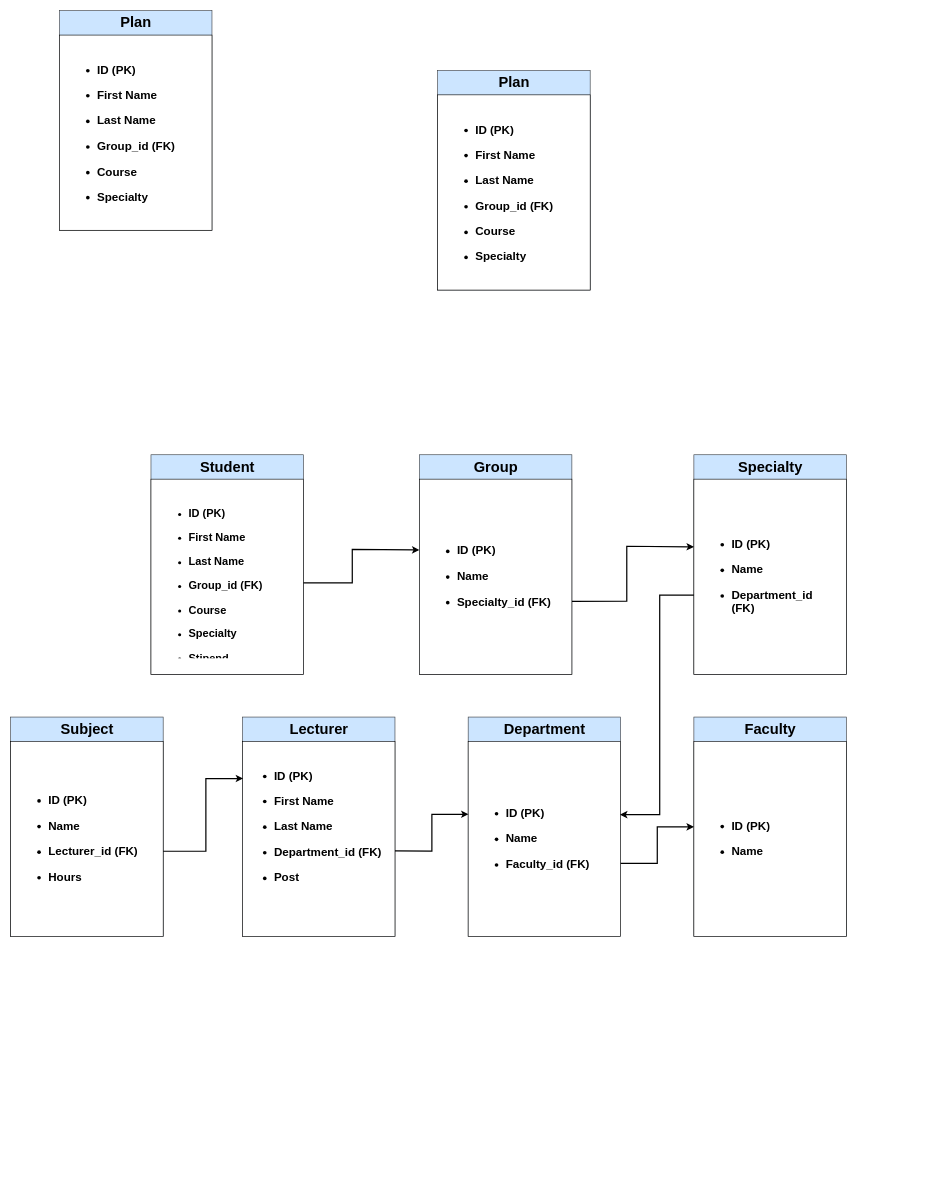
This is BD for my project.drawio from Ind1gozzz/yii2-php, a draw.io file, before an edit. Source tidied: cells renumbered, new cells numbered last; positions are measured from the earlier drawing's top-left corner, leaving out a move shared by most shapes. Both pictures are drawn from the tidied source at 61%, with x=0, y=0 at pixel (10, 10).
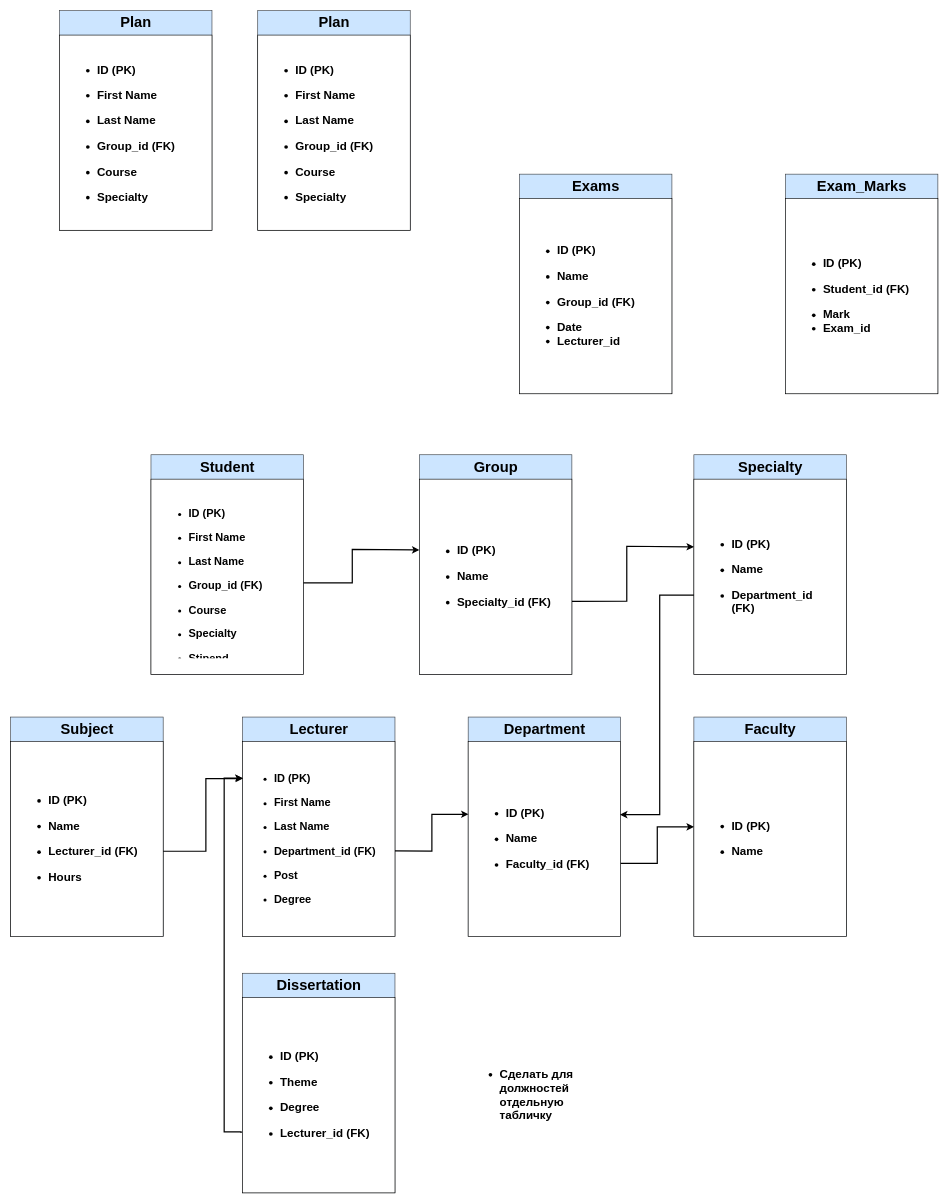
The same diagram, later.

Diff of the diagram source:
```diff
@@
-    <mxCell id="13" value="&lt;h1&gt;&lt;/h1&gt;&lt;h3&gt;&lt;/h3&gt;&lt;h5&gt;&lt;/h5&gt;&lt;h6&gt;&lt;/h6&gt;&lt;h3 style=&quot;line-height: 100% ; font-size: 13px&quot;&gt;&lt;/h3&gt;&lt;h1 style=&quot;font-size: 18px ; line-height: 90%&quot;&gt;&lt;/h1&gt;&lt;h3 style=&quot;font-size: 15px&quot;&gt;&lt;/h3&gt;&lt;h3 style=&quot;line-height: 120% ; font-size: 19px&quot;&gt;&lt;ul&gt;&lt;li&gt;ID (PK)&lt;/li&gt;&lt;/ul&gt;&lt;ul&gt;&lt;li&gt;First Name&lt;/li&gt;&lt;/ul&gt;&lt;ul&gt;&lt;li&gt;Last Name&lt;/li&gt;&lt;/ul&gt;&lt;ul&gt;&lt;li&gt;Department_id (FK)&lt;/li&gt;&lt;/ul&gt;&lt;ul&gt;&lt;li&gt;Post&lt;/li&gt;&lt;/ul&gt;&lt;/h3&gt;" style="text;strokeColor=none;fillColor=none;html=1;whiteSpace=wrap;verticalAlign=middle;overflow=hidden;" parent="1" vertex="1">
-      <mxGeometry x="390" y="1203" width="230" height="270" as="geometry" />
+    <mxCell id="13" value="&lt;h1&gt;&lt;/h1&gt;&lt;h3&gt;&lt;/h3&gt;&lt;h5&gt;&lt;/h5&gt;&lt;h6&gt;&lt;/h6&gt;&lt;h3 style=&quot;line-height: 100% ; font-size: 13px&quot;&gt;&lt;/h3&gt;&lt;h1 style=&quot;font-size: 18px ; line-height: 90%&quot;&gt;&lt;/h1&gt;&lt;h3 style=&quot;font-size: 15px&quot;&gt;&lt;/h3&gt;&lt;h3 style=&quot;line-height: 120% ; font-size: 19px&quot;&gt;&lt;h2&gt;&lt;ul&gt;&lt;li&gt;ID (PK)&lt;/li&gt;&lt;/ul&gt;&lt;ul&gt;&lt;li&gt;First Name&lt;/li&gt;&lt;/ul&gt;&lt;ul&gt;&lt;li&gt;Last Name&lt;/li&gt;&lt;/ul&gt;&lt;ul&gt;&lt;li&gt;Department_id (FK)&lt;/li&gt;&lt;/ul&gt;&lt;ul&gt;&lt;li&gt;Post&lt;/li&gt;&lt;/ul&gt;&lt;ul&gt;&lt;li&gt;Degree&lt;/li&gt;&lt;/ul&gt;&lt;/h2&gt;&lt;/h3&gt;" style="text;strokeColor=none;fillColor=none;html=1;whiteSpace=wrap;verticalAlign=middle;overflow=hidden;" parent="1" vertex="1">
+      <mxGeometry x="390" y="1223" width="230" height="270" as="geometry" />
     </mxCell>
@@
     <mxCell id="37" style="rounded=0;whiteSpace=wrap;html=1;fillColor=#cce5ff;strokeColor=#36393d;" parent="1" vertex="1">
-      <mxGeometry x="700" y="98" width="250" height="360" as="geometry" />
+      <mxGeometry x="405" width="250" height="360" as="geometry" />
     </mxCell>
     <mxCell id="38" value="Plan" style="text;strokeColor=none;fillColor=none;html=1;fontSize=24;fontStyle=1;verticalAlign=middle;align=center;" parent="1" vertex="1">
-      <mxGeometry x="775" y="98" width="100" height="40" as="geometry" />
+      <mxGeometry x="480" width="100" height="40" as="geometry" />
     </mxCell>
     <mxCell id="39" style="rounded=0;whiteSpace=wrap;html=1;" parent="1" vertex="1">
-      <mxGeometry x="700" y="138" width="250" height="320" as="geometry" />
+      <mxGeometry x="405" y="40" width="250" height="320" as="geometry" />
     </mxCell>
     <mxCell id="40" value="&lt;h1&gt;&lt;/h1&gt;&lt;h3&gt;&lt;/h3&gt;&lt;h5&gt;&lt;/h5&gt;&lt;h6&gt;&lt;/h6&gt;&lt;h3 style=&quot;line-height: 100% ; font-size: 13px&quot;&gt;&lt;/h3&gt;&lt;h1 style=&quot;font-size: 18px ; line-height: 90%&quot;&gt;&lt;/h1&gt;&lt;h3 style=&quot;font-size: 15px&quot;&gt;&lt;/h3&gt;&lt;h3 style=&quot;line-height: 120% ; font-size: 19px&quot;&gt;&lt;ul&gt;&lt;li&gt;ID (PK)&lt;/li&gt;&lt;/ul&gt;&lt;ul&gt;&lt;li&gt;First Name&lt;/li&gt;&lt;/ul&gt;&lt;ul&gt;&lt;li&gt;Last Name&lt;/li&gt;&lt;/ul&gt;&lt;ul&gt;&lt;li&gt;Group_id (FK)&lt;/li&gt;&lt;/ul&gt;&lt;ul&gt;&lt;li&gt;Course&lt;/li&gt;&lt;/ul&gt;&lt;ul&gt;&lt;li&gt;Specialty&lt;/li&gt;&lt;/ul&gt;&lt;/h3&gt;" style="text;strokeColor=none;fillColor=none;html=1;whiteSpace=wrap;verticalAlign=middle;overflow=hidden;" parent="1" vertex="1">
-      <mxGeometry x="720" y="163" width="210" height="270" as="geometry" />
+      <mxGeometry x="425" y="65" width="210" height="270" as="geometry" />
     </mxCell>
@@
+    <mxCell id="44" style="rounded=0;whiteSpace=wrap;html=1;fillColor=#cce5ff;strokeColor=#36393d;" parent="1" vertex="1">
+      <mxGeometry x="380" y="1578" width="250" height="360" as="geometry" />
+    </mxCell>
+    <mxCell id="45" value="Dissertation" style="text;strokeColor=none;fillColor=none;html=1;fontSize=24;fontStyle=1;verticalAlign=middle;align=center;" parent="1" vertex="1">
+      <mxGeometry x="455" y="1578" width="100" height="40" as="geometry" />
+    </mxCell>
+    <mxCell id="46" style="rounded=0;whiteSpace=wrap;html=1;" parent="1" vertex="1">
+      <mxGeometry x="380" y="1618" width="250" height="320" as="geometry" />
+    </mxCell>
+    <mxCell id="47" value="&lt;h1&gt;&lt;/h1&gt;&lt;h3&gt;&lt;/h3&gt;&lt;h5&gt;&lt;/h5&gt;&lt;h6&gt;&lt;/h6&gt;&lt;h3 style=&quot;line-height: 100% ; font-size: 13px&quot;&gt;&lt;/h3&gt;&lt;h1 style=&quot;font-size: 18px ; line-height: 90%&quot;&gt;&lt;/h1&gt;&lt;h3 style=&quot;font-size: 15px&quot;&gt;&lt;/h3&gt;&lt;h3 style=&quot;line-height: 120% ; font-size: 19px&quot;&gt;&lt;ul&gt;&lt;li&gt;ID (PK)&lt;/li&gt;&lt;/ul&gt;&lt;ul&gt;&lt;li&gt;Theme&lt;/li&gt;&lt;/ul&gt;&lt;ul&gt;&lt;li&gt;Degree&lt;/li&gt;&lt;/ul&gt;&lt;ul&gt;&lt;li&gt;Lecturer_id (FK)&lt;/li&gt;&lt;/ul&gt;&lt;/h3&gt;" style="text;strokeColor=none;fillColor=none;html=1;whiteSpace=wrap;verticalAlign=middle;overflow=hidden;" parent="1" vertex="1">
+      <mxGeometry x="400" y="1643" width="210" height="270" as="geometry" />
+    </mxCell>
+    <mxCell id="48" style="edgeStyle=orthogonalEdgeStyle;rounded=0;jettySize=auto;html=1;strokeWidth=2;exitX=-0.009;exitY=0.693;exitDx=0;exitDy=0;exitPerimeter=0;" parent="1" edge="1" source="46">
+      <mxGeometry relative="1" as="geometry">
+        <mxPoint x="380" y="1258" as="targetPoint" />
+        <Array as="points">
+          <mxPoint x="378" y="1838" />
+          <mxPoint x="350" y="1838" />
+          <mxPoint x="350" y="1258" />
+        </Array>
+      </mxGeometry>
+    </mxCell>
+    <mxCell id="49" style="rounded=0;whiteSpace=wrap;html=1;fillColor=#cce5ff;strokeColor=#36393d;" parent="1" vertex="1">
+      <mxGeometry x="834" y="268" width="250" height="360" as="geometry" />
+    </mxCell>
+    <mxCell id="50" value="Exams" style="text;strokeColor=none;fillColor=none;html=1;fontSize=24;fontStyle=1;verticalAlign=middle;align=center;" parent="1" vertex="1">
+      <mxGeometry x="909" y="268" width="100" height="40" as="geometry" />
+    </mxCell>
+    <mxCell id="51" style="rounded=0;whiteSpace=wrap;html=1;" parent="1" vertex="1">
+      <mxGeometry x="834" y="308" width="250" height="320" as="geometry" />
+    </mxCell>
+    <mxCell id="52" value="&lt;h1&gt;&lt;/h1&gt;&lt;h3&gt;&lt;/h3&gt;&lt;h5&gt;&lt;/h5&gt;&lt;h6&gt;&lt;/h6&gt;&lt;h3 style=&quot;line-height: 100% ; font-size: 13px&quot;&gt;&lt;/h3&gt;&lt;h1 style=&quot;font-size: 18px ; line-height: 90%&quot;&gt;&lt;/h1&gt;&lt;h3 style=&quot;font-size: 15px&quot;&gt;&lt;/h3&gt;&lt;h3 style=&quot;line-height: 120% ; font-size: 19px&quot;&gt;&lt;ul&gt;&lt;li&gt;ID (PK)&lt;/li&gt;&lt;/ul&gt;&lt;ul&gt;&lt;li&gt;Name&lt;/li&gt;&lt;/ul&gt;&lt;ul&gt;&lt;li&gt;Group_id (FK)&lt;/li&gt;&lt;/ul&gt;&lt;ul&gt;&lt;li&gt;Date&lt;/li&gt;&lt;li&gt;Lecturer_id&lt;/li&gt;&lt;/ul&gt;&lt;/h3&gt;" style="text;strokeColor=none;fillColor=none;html=1;whiteSpace=wrap;verticalAlign=middle;overflow=hidden;" parent="1" vertex="1">
+      <mxGeometry x="854" y="333" width="210" height="270" as="geometry" />
+    </mxCell>
+    <mxCell id="53" style="rounded=0;whiteSpace=wrap;html=1;fillColor=#cce5ff;strokeColor=#36393d;" parent="1" vertex="1">
+      <mxGeometry x="1270" y="268" width="250" height="360" as="geometry" />
+    </mxCell>
+    <mxCell id="54" value="Exam_Marks" style="text;strokeColor=none;fillColor=none;html=1;fontSize=24;fontStyle=1;verticalAlign=middle;align=center;" parent="1" vertex="1">
+      <mxGeometry x="1345" y="268" width="100" height="40" as="geometry" />
+    </mxCell>
+    <mxCell id="55" style="rounded=0;whiteSpace=wrap;html=1;" parent="1" vertex="1">
+      <mxGeometry x="1270" y="308" width="250" height="320" as="geometry" />
+    </mxCell>
+    <mxCell id="56" value="&lt;h1&gt;&lt;/h1&gt;&lt;h3&gt;&lt;/h3&gt;&lt;h5&gt;&lt;/h5&gt;&lt;h6&gt;&lt;/h6&gt;&lt;h3 style=&quot;line-height: 100% ; font-size: 13px&quot;&gt;&lt;/h3&gt;&lt;h1 style=&quot;font-size: 18px ; line-height: 90%&quot;&gt;&lt;/h1&gt;&lt;h3 style=&quot;font-size: 15px&quot;&gt;&lt;/h3&gt;&lt;h3 style=&quot;line-height: 120% ; font-size: 19px&quot;&gt;&lt;ul&gt;&lt;li&gt;ID (PK)&lt;/li&gt;&lt;/ul&gt;&lt;ul&gt;&lt;li&gt;Student_id (FK)&lt;/li&gt;&lt;/ul&gt;&lt;ul&gt;&lt;li&gt;Mark&lt;/li&gt;&lt;li&gt;Exam_id&lt;/li&gt;&lt;/ul&gt;&lt;/h3&gt;" style="text;strokeColor=none;fillColor=none;html=1;whiteSpace=wrap;verticalAlign=middle;overflow=hidden;" parent="1" vertex="1">
+      <mxGeometry x="1290" y="333" width="210" height="270" as="geometry" />
+    </mxCell>
+    <mxCell id="57" value="&lt;h1&gt;&lt;/h1&gt;&lt;h3&gt;&lt;/h3&gt;&lt;h5&gt;&lt;/h5&gt;&lt;h6&gt;&lt;/h6&gt;&lt;h3 style=&quot;line-height: 100% ; font-size: 13px&quot;&gt;&lt;/h3&gt;&lt;h1 style=&quot;font-size: 18px ; line-height: 90%&quot;&gt;&lt;/h1&gt;&lt;h3 style=&quot;font-size: 15px&quot;&gt;&lt;/h3&gt;&lt;h3 style=&quot;line-height: 120% ; font-size: 19px&quot;&gt;&lt;ul&gt;&lt;li&gt;Сделать для должностей отдельную табличку&lt;/li&gt;&lt;/ul&gt;&lt;/h3&gt;" style="text;strokeColor=none;fillColor=none;html=1;whiteSpace=wrap;verticalAlign=middle;overflow=hidden;" parent="1" vertex="1">
+      <mxGeometry x="760" y="1643" width="210" height="270" as="geometry" />
+    </mxCell>
```
